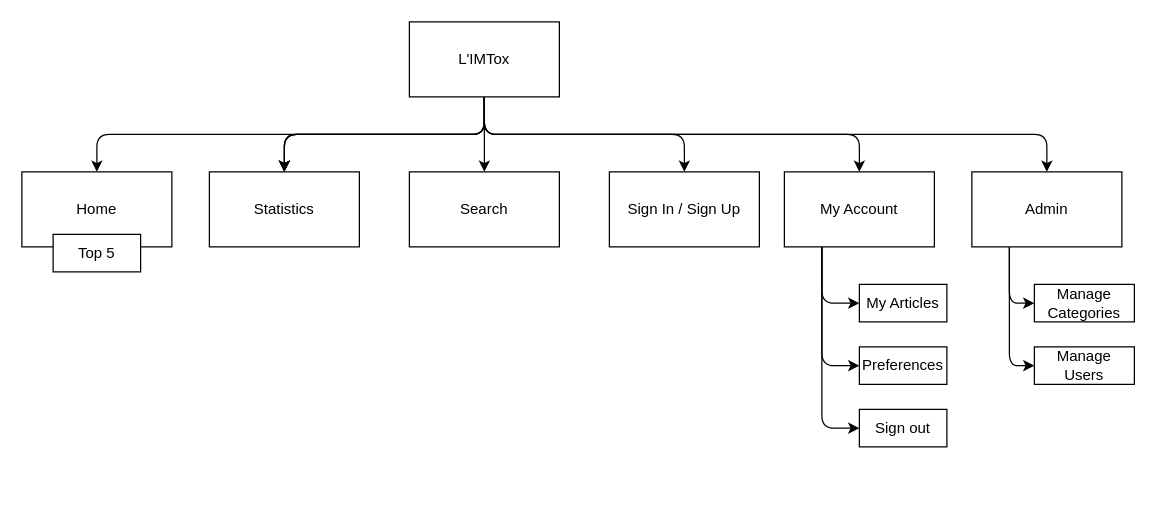
Above: conception/sitemap.drawio in Memeel/IMTox (draw.io), before the change. Source tidied: cells renumbered, new cells numbered last; positions are measured from the earlier drawing's top-left corner, leaving out a move shared by most shapes. Both pictures are drawn from the tidied source at 125%, with x=0, y=0 at pixel (21, 21).
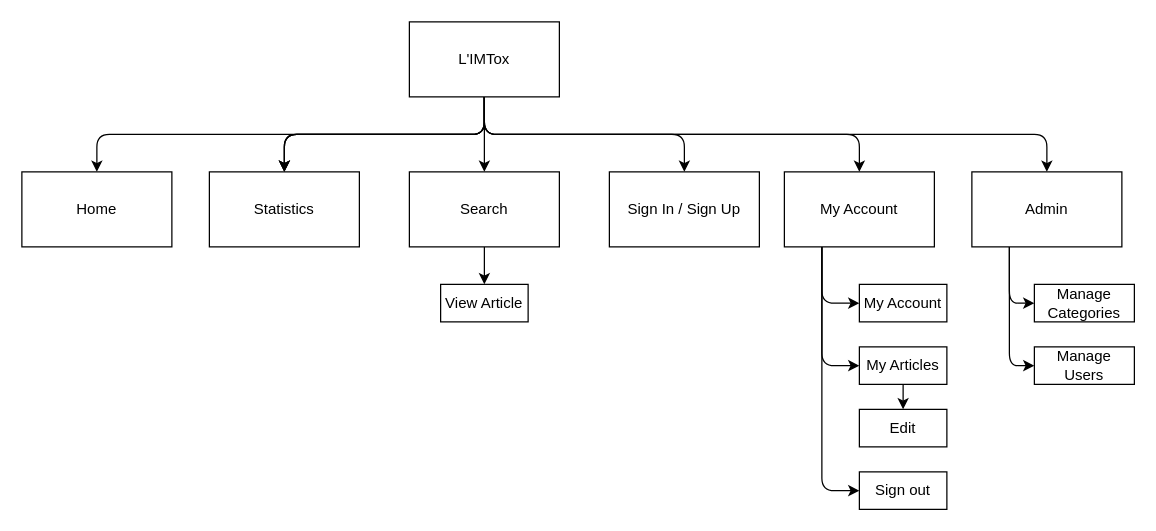
Above is the later version.

Unchanged cells that the change refers to:
```xml
<mxCell id="13" value="Search" style="rounded=0;whiteSpace=wrap;html=1;" parent="1" vertex="1">
  <mxGeometry x="310" y="120" width="120" height="60" as="geometry" />
</mxCell>
```

The edit, as a diff of the source:
```diff
@@
+    <mxCell id="28" style="edgeStyle=none;html=1;" parent="1" edge="1" source="13" target="31">
+      <mxGeometry relative="1" as="geometry" />
+    </mxCell>
@@
-    <mxCell id="22" value="My Articles" style="rounded=0;whiteSpace=wrap;html=1;" parent="1" vertex="1">
+    <mxCell id="22" value="My Account" style="rounded=0;whiteSpace=wrap;html=1;" parent="1" vertex="1">
       <mxGeometry x="670" y="210" width="70" height="30" as="geometry" />
     </mxCell>
+    <mxCell id="29" style="edgeStyle=none;html=1;" parent="1" edge="1" source="23" target="30">
+      <mxGeometry relative="1" as="geometry" />
+    </mxCell>
-    <mxCell id="23" value="Preferences" style="rounded=0;whiteSpace=wrap;html=1;" parent="1" vertex="1">
+    <mxCell id="23" value="My Articles" style="rounded=0;whiteSpace=wrap;html=1;" parent="1" vertex="1">
       <mxGeometry x="670" y="260" width="70" height="30" as="geometry" />
     </mxCell>
     <mxCell id="24" value="Sign out" style="rounded=0;whiteSpace=wrap;html=1;" parent="1" vertex="1">
-      <mxGeometry x="670" y="310" width="70" height="30" as="geometry" />
+      <mxGeometry x="670" y="360" width="70" height="30" as="geometry" />
     </mxCell>
@@
-    <mxCell id="27" value="Top 5" style="rounded=0;whiteSpace=wrap;html=1;" parent="1" vertex="1">
-      <mxGeometry x="25" y="170" width="70" height="30" as="geometry" />
-    </mxCell>
+    <mxCell id="30" value="Edit" style="rounded=0;whiteSpace=wrap;html=1;" parent="1" vertex="1">
+      <mxGeometry x="670" y="310" width="70" height="30" as="geometry" />
+    </mxCell>
+    <mxCell id="31" value="View Article" style="rounded=0;whiteSpace=wrap;html=1;" parent="1" vertex="1">
+      <mxGeometry x="335" y="210" width="70" height="30" as="geometry" />
+    </mxCell>
```
